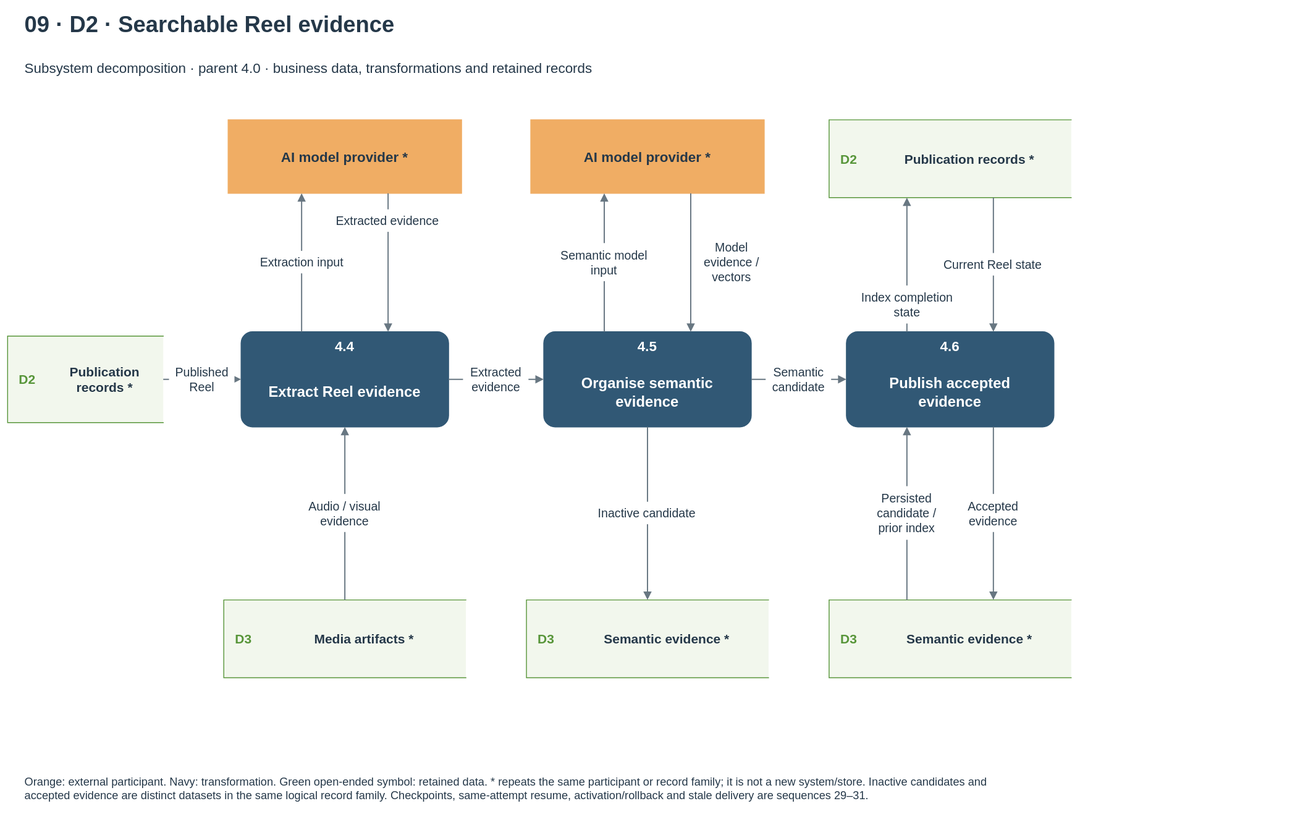
Before: docs/diagrams/velora-current/importable-svg/09-dfd-index.drawio.svg, a diagram exported from draw.io (HieuCuteDangYeu/velora-backend). Source tidied: cells renumbered, new cells last; positions are measured from the earlier drawing's top-left corner, leaving out a move shared by most shapes.
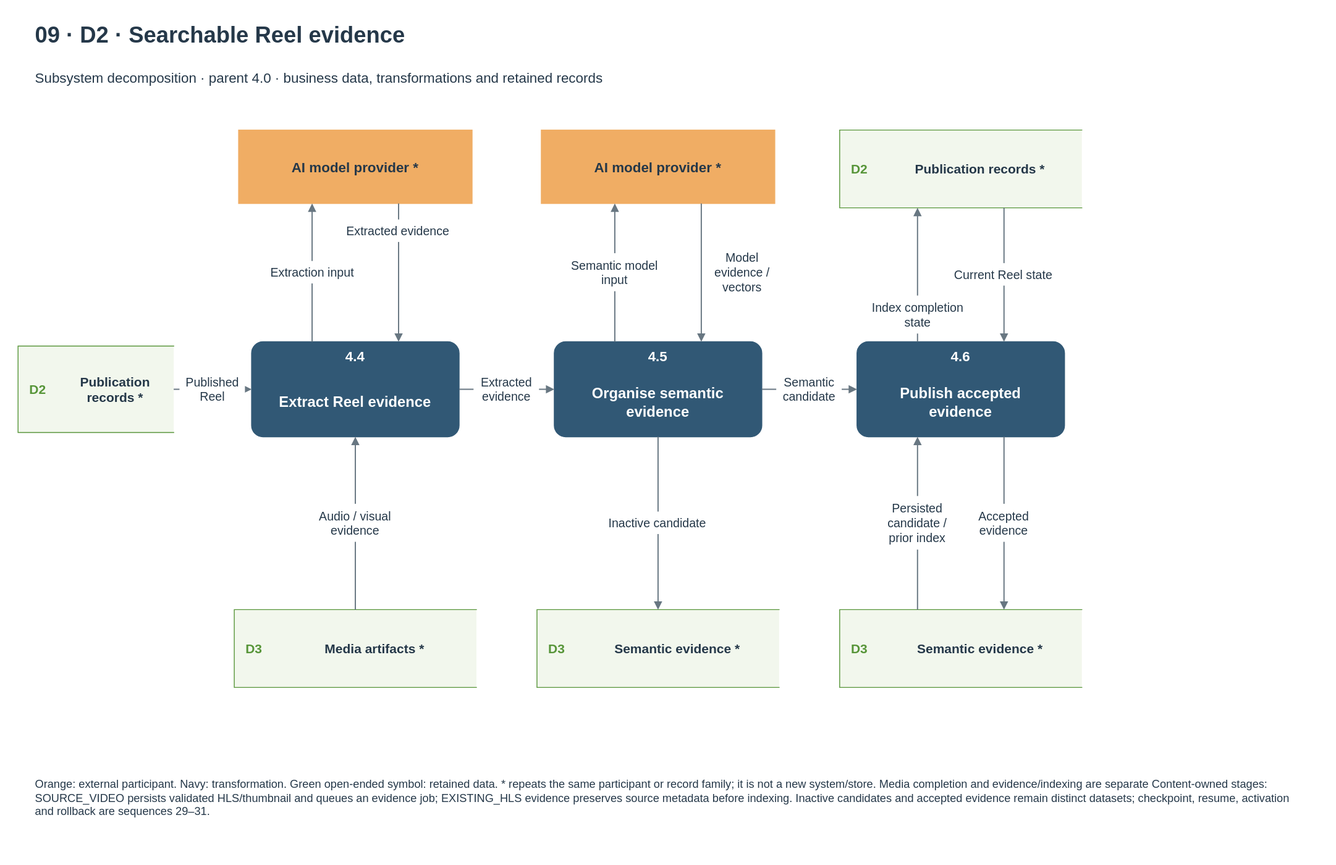
Later version of the same file.

Diff of the diagram source:
```diff
@@ -209,7 +209,7 @@
     <mxCell id="70" value="Accepted&lt;br&gt;evidence" style="text;html=1;whiteSpace=wrap;fontFamily=Arial;fontSize=14;fontColor=#253849;fontStyle=0;align=center;verticalAlign=middle;spacing=0;" parent="1" vertex="1">
       <mxGeometry x="1105.8" y="563" width="68.4" height="44" as="geometry" />
     </mxCell>
-    <mxCell id="71" value="Orange: external participant. Navy: transformation. Green open-ended symbol: retained data. * repeats the same participant or record family; it is not a new system/store. Inactive candidates and&lt;br&gt;accepted evidence are distinct datasets in the same logical record family. Checkpoints, same-attempt resume, activation/rollback and stale delivery are sequences 29–31." style="text;html=1;whiteSpace=wrap;fontFamily=Arial;fontSize=13;fontColor=#253849;fontStyle=0;align=left;verticalAlign=middle;spacing=0;" parent="1" vertex="1">
+    <mxCell id="71" value="Orange: external participant. Navy: transformation. Green open-ended symbol: retained data. * repeats the same participant or record family; it is not a new system/store. Media completion and evidence/indexing are separate Content-owned stages: SOURCE_VIDEO persists validated HLS/thumbnail and queues an evidence job; EXISTING_HLS evidence preserves source metadata before indexing. Inactive candidates and accepted evidence remain distinct datasets; checkpoint, resume, activation and rollback are sequences 29–31." style="text;html=1;whiteSpace=wrap;fontFamily=Arial;fontSize=13;fontColor=#253849;fontStyle=0;align=left;verticalAlign=middle;spacing=0;" parent="1" vertex="1">
       <mxGeometry x="20" y="865" width="1460" height="75" as="geometry" />
     </mxCell>
   </root>
```
